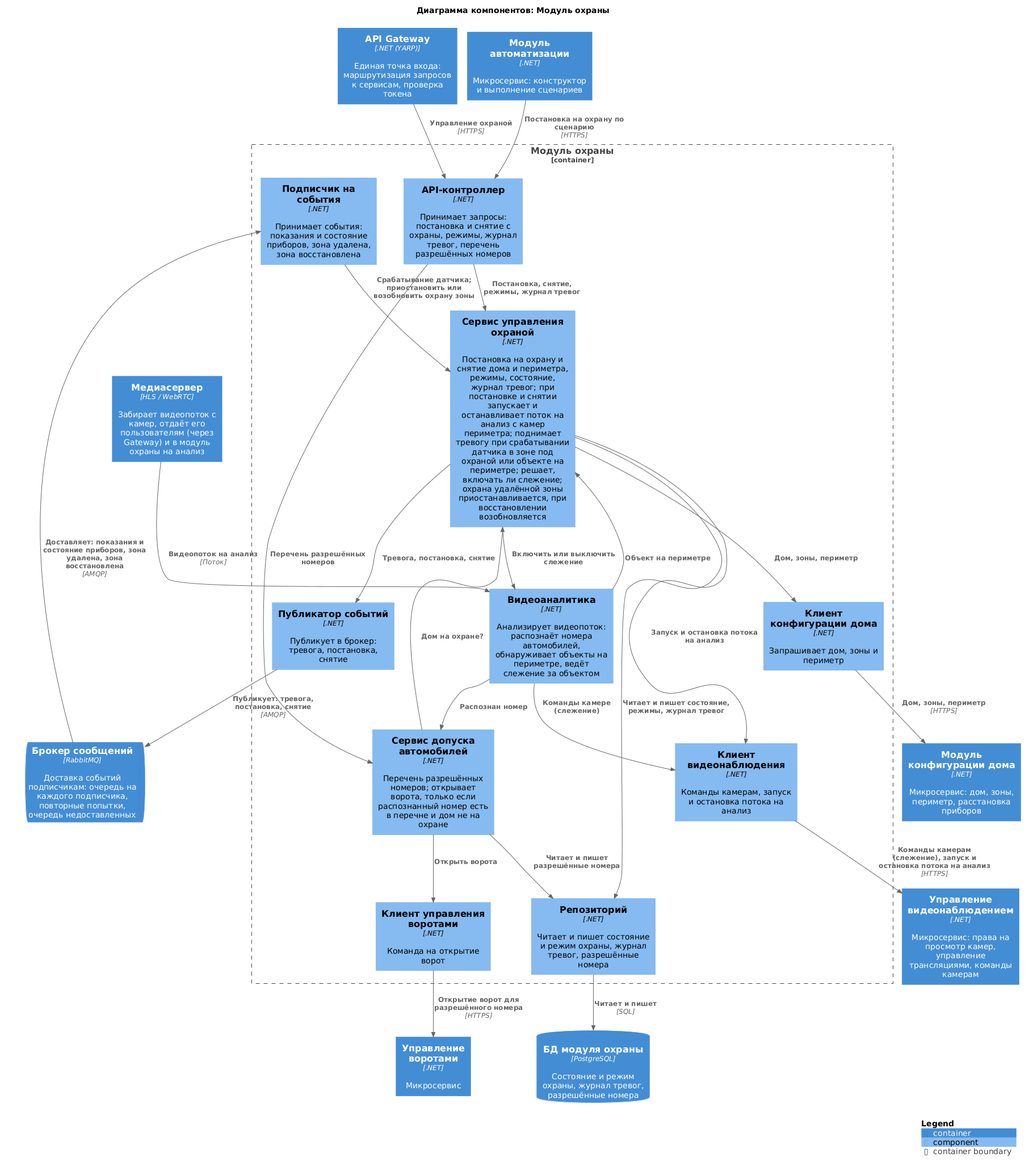
Lyamin-av/architecture-warmhouse keeps this PlantUML diagram as diagrams/components/security.png. Above is the earlier version.
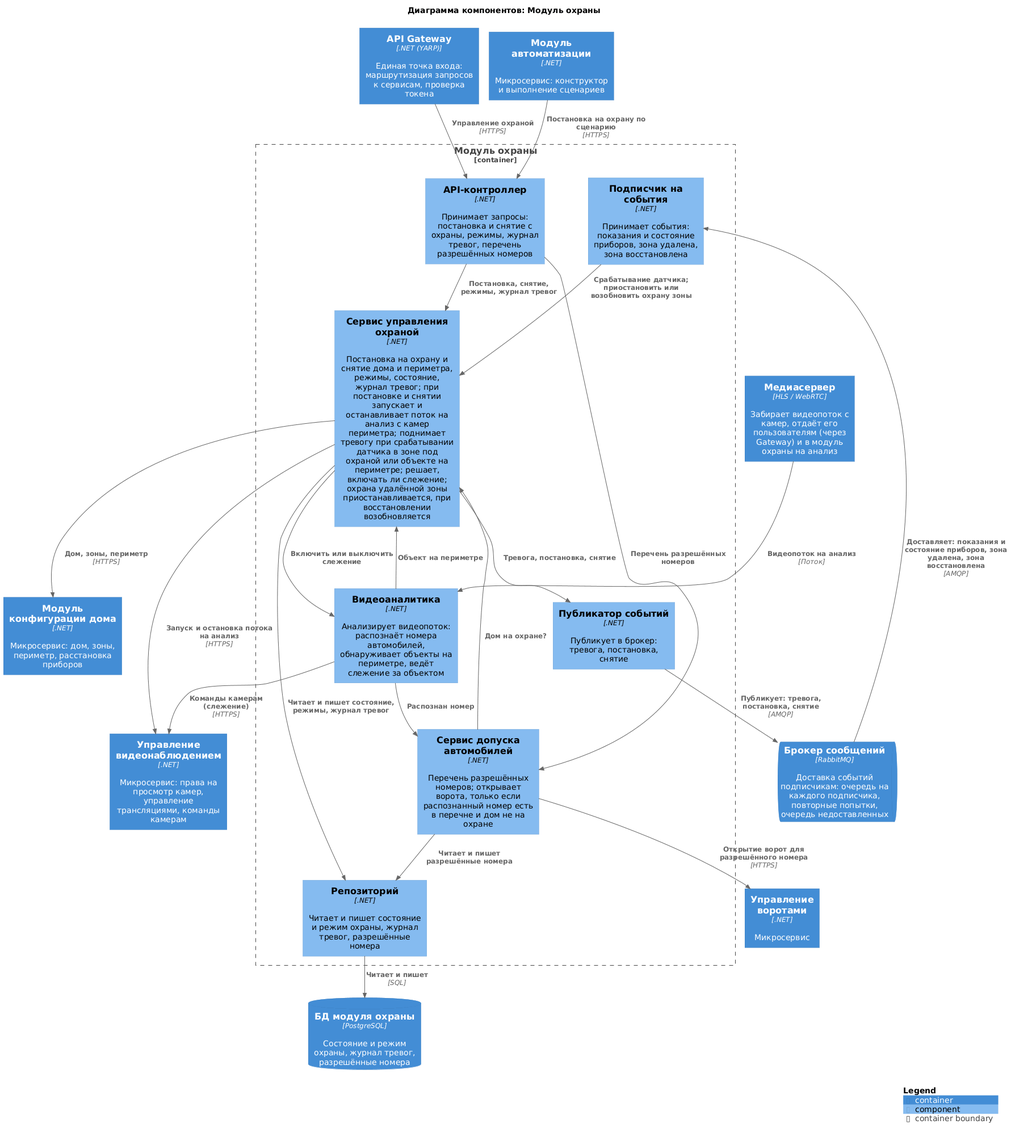
The same file after the commit.

Diff of the diagram source:
```diff
@@ -19,9 +19,6 @@
     Component(analytics, "Видеоаналитика", ".NET", "Анализирует видеопоток: распознаёт номера автомобилей, обнаруживает объекты на периметре, ведёт слежение за объектом")
     Component(publisher, "Публикатор событий", ".NET", "Публикует в брокер: тревога, постановка, снятие")
     Component(subscriber, "Подписчик на события", ".NET", "Принимает события: показания и состояние приборов, зона удалена, зона восстановлена")
-    Component(hcClient, "Клиент конфигурации дома", ".NET", "Запрашивает дом, зоны и периметр")
-    Component(vcClient, "Клиент видеонаблюдения", ".NET", "Команды камерам, запуск и остановка потока на анализ")
-    Component(gateClient, "Клиент управления воротами", ".NET", "Команда на открытие ворот")
     Component(repo, "Репозиторий", ".NET", "Читает и пишет состояние и режим охраны, журнал тревог, разрешённые номера")
 }
 
@@ -39,15 +36,12 @@
 Rel(analytics, guard, "Объект на периметре")
 Rel(guard, analytics, "Включить или выключить слежение")
 
-Rel(guard, hcClient, "Дом, зоны, периметр")
-Rel(guard, vcClient, "Запуск и остановка потока на анализ")
-Rel(analytics, vcClient, "Команды камере (слежение)")
-Rel(entry, gateClient, "Открыть ворота")
+Rel(guard, HouseConfigurator, "Дом, зоны, периметр", "HTTPS")
+Rel(guard, VideoControl, "Запуск и остановка потока на анализ", "HTTPS")
+Rel(analytics, VideoControl, "Команды камерам (слежение)", "HTTPS")
+Rel(entry, GateControl, "Открытие ворот для разрешённого номера", "HTTPS")
 Rel(guard, publisher, "Тревога, постановка, снятие")
 
-Rel(hcClient, HouseConfigurator, "Дом, зоны, периметр", "HTTPS")
-Rel(vcClient, VideoControl, "Команды камерам (слежение), запуск и остановка потока на анализ", "HTTPS")
-Rel(gateClient, GateControl, "Открытие ворот для разрешённого номера", "HTTPS")
 Rel(publisher, Broker, "Публикует: тревога, постановка, снятие", "AMQP")
 
 Rel(guard, repo, "Читает и пишет состояние, режимы, журнал тревог")
```
